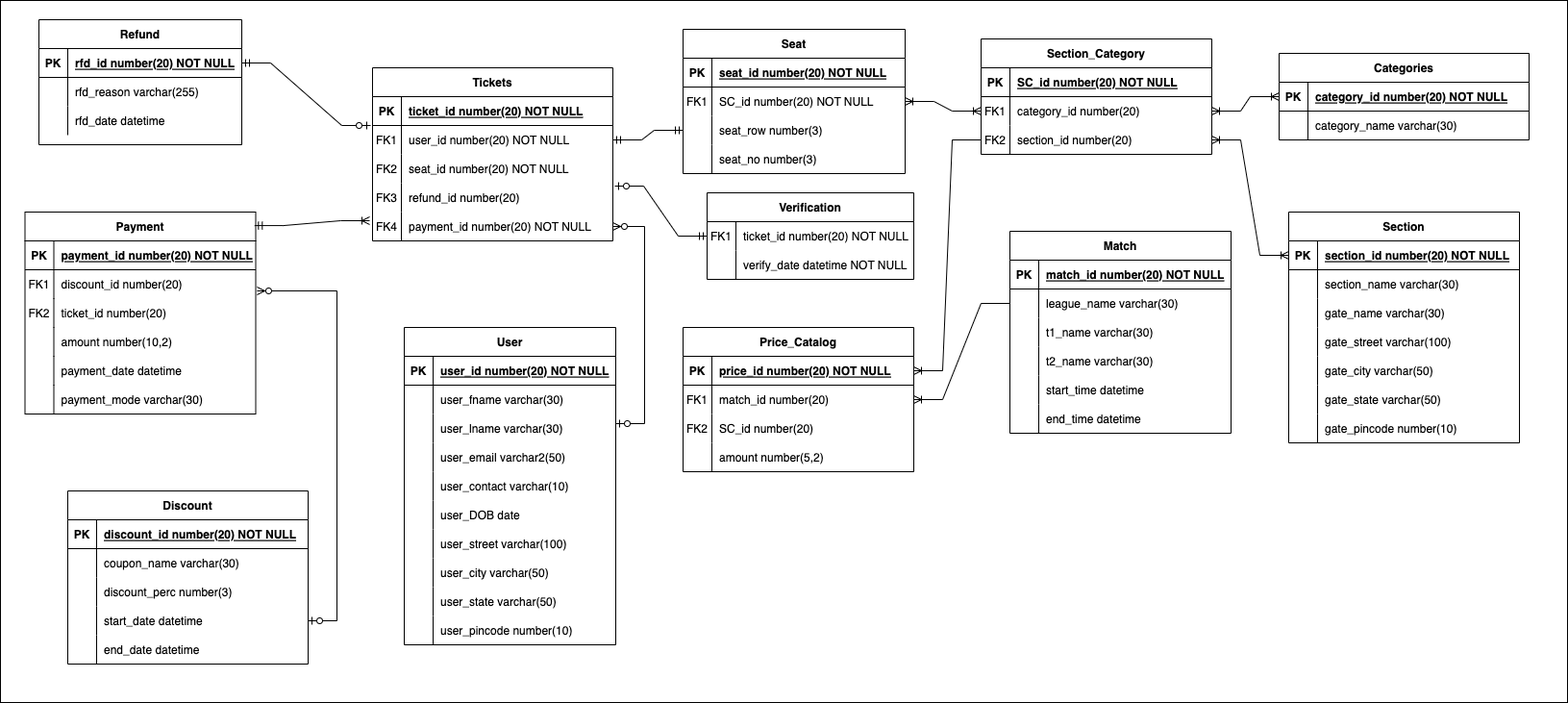
Above: #Documents/ERD-V2.png in anishnavale/stadium-management-system (draw.io), before the change. Source tidied: cells renumbered, new cells last; positions are measured from the earlier drawing's top-left corner, leaving out a move shared by most shapes.
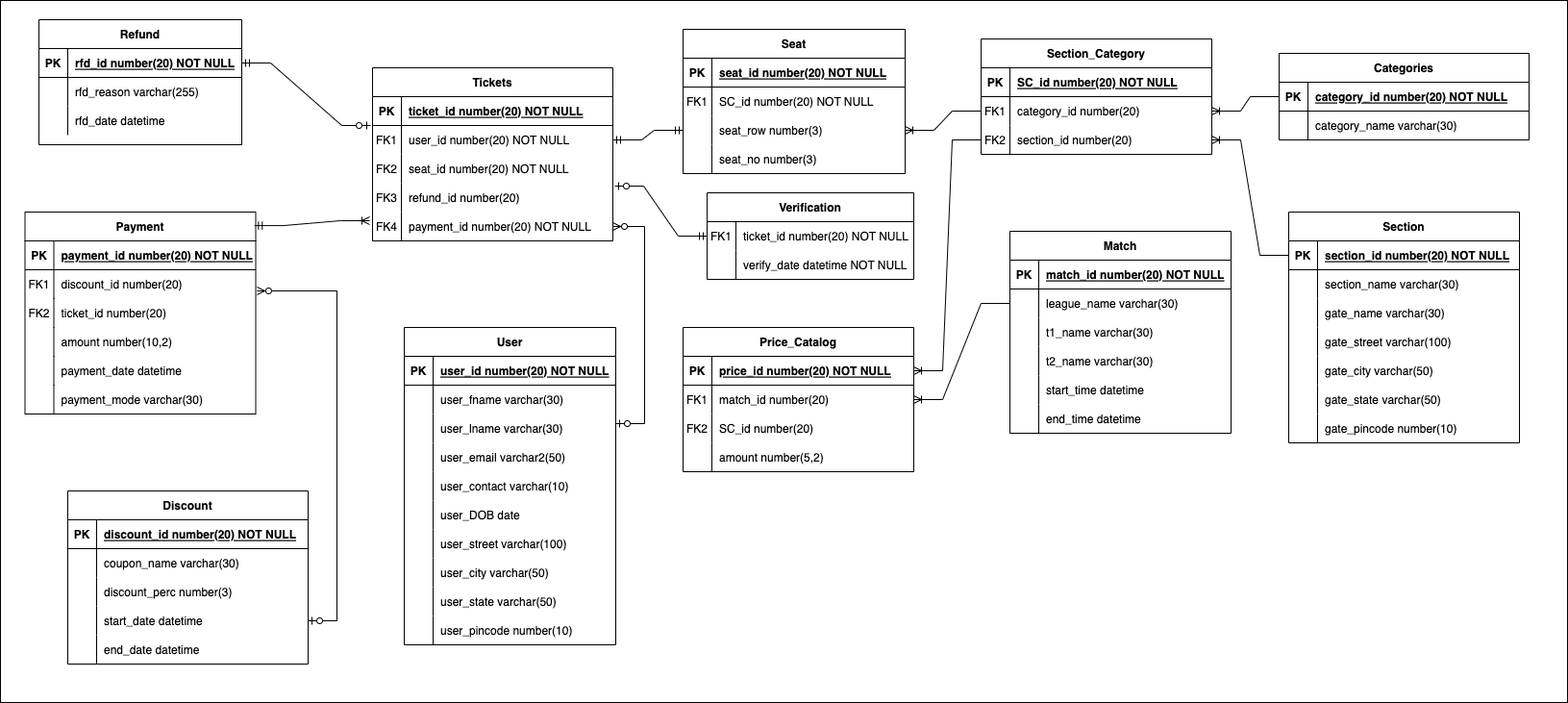
After the change.

What changed in the source:
```diff
@@ -574,22 +574,20 @@
     <mxCell id="191" value="end_time datetime" style="shape=partialRectangle;fillColor=none;top=0;left=0;bottom=0;right=0;align=left;spacingLeft=6;overflow=hidden;" parent="189" vertex="1">
       <mxGeometry x="30" width="200" height="30" as="geometry" />
     </mxCell>
-    <mxCell id="192" style="edgeStyle=entityRelationEdgeStyle;fontSize=12;html=1;endArrow=ERoneToMany;startArrow=ERoneToMany;rounded=0;entryX=0;entryY=0.5;entryDx=0;entryDy=0;exitX=1;exitY=0.5;exitDx=0;exitDy=0;" parent="1" edge="1" source="41" target="154">
-      <mxGeometry relative="1" as="geometry" />
-    </mxCell>
-    <mxCell id="193" style="edgeStyle=entityRelationEdgeStyle;fontSize=12;html=1;endArrow=ERoneToMany;startArrow=ERoneToMany;rounded=0;exitX=1;exitY=0.5;exitDx=0;exitDy=0;" parent="1" edge="1" source="154">
-      <mxGeometry relative="1" as="geometry">
-        <mxPoint x="1330" y="100" as="targetPoint" />
-      </mxGeometry>
-    </mxCell>
-    <mxCell id="194" style="edgeStyle=entityRelationEdgeStyle;fontSize=12;html=1;endArrow=ERoneToMany;startArrow=ERoneToMany;rounded=0;entryX=0;entryY=0.5;entryDx=0;entryDy=0;exitX=1;exitY=0.5;exitDx=0;exitDy=0;" parent="1" edge="1" source="157" target="52">
-      <mxGeometry relative="1" as="geometry" />
-    </mxCell>
     <mxCell id="195" style="edgeStyle=entityRelationEdgeStyle;fontSize=12;html=1;endArrow=ERoneToMany;rounded=0;exitX=0;exitY=0.5;exitDx=0;exitDy=0;entryX=1;entryY=0.5;entryDx=0;entryDy=0;" parent="1" edge="1" source="157" target="161">
       <mxGeometry relative="1" as="geometry" />
     </mxCell>
     <mxCell id="196" style="edgeStyle=entityRelationEdgeStyle;fontSize=12;html=1;endArrow=ERoneToMany;rounded=0;exitX=0;exitY=0.5;exitDx=0;exitDy=0;entryX=1;entryY=0.5;entryDx=0;entryDy=0;" parent="1" edge="1" source="177" target="164">
       <mxGeometry relative="1" as="geometry" />
     </mxCell>
+    <mxCell id="197" style="edgeStyle=entityRelationEdgeStyle;fontSize=12;html=1;endArrow=ERoneToMany;rounded=0;exitX=0;exitY=0.5;exitDx=0;exitDy=0;entryX=1;entryY=0.5;entryDx=0;entryDy=0;" parent="1" edge="1" source="154" target="44">
+      <mxGeometry relative="1" as="geometry" />
+    </mxCell>
+    <mxCell id="198" style="edgeStyle=entityRelationEdgeStyle;fontSize=12;html=1;endArrow=ERoneToMany;rounded=0;exitX=0;exitY=0.5;exitDx=0;exitDy=0;" parent="1" edge="1" source="144" target="154">
+      <mxGeometry relative="1" as="geometry" />
+    </mxCell>
+    <mxCell id="199" style="edgeStyle=entityRelationEdgeStyle;fontSize=12;html=1;endArrow=ERoneToMany;rounded=0;exitX=0;exitY=0.5;exitDx=0;exitDy=0;entryX=1;entryY=0.5;entryDx=0;entryDy=0;" parent="1" edge="1" source="52" target="157">
+      <mxGeometry relative="1" as="geometry" />
+    </mxCell>
   </root>
 </mxGraphModel>
```
